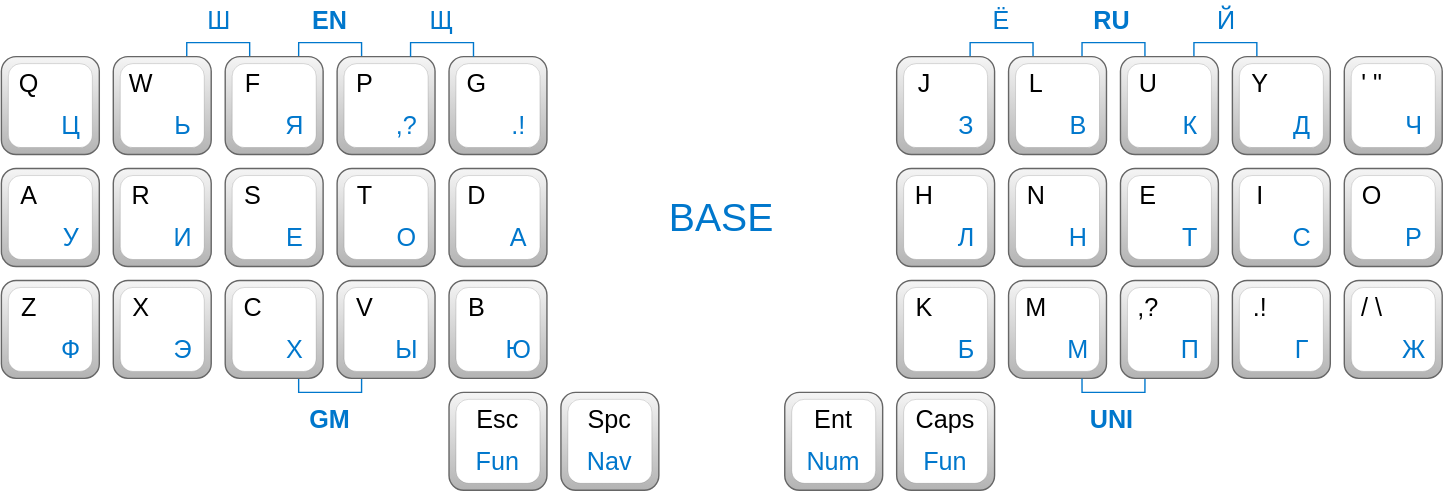
Before: Core.drawio.svg, a diagram exported from draw.io (XelorR/Extend). Source tidied: cells renumbered, new cells last; positions are measured from the earlier drawing's top-left corner, leaving out a move shared by most shapes.
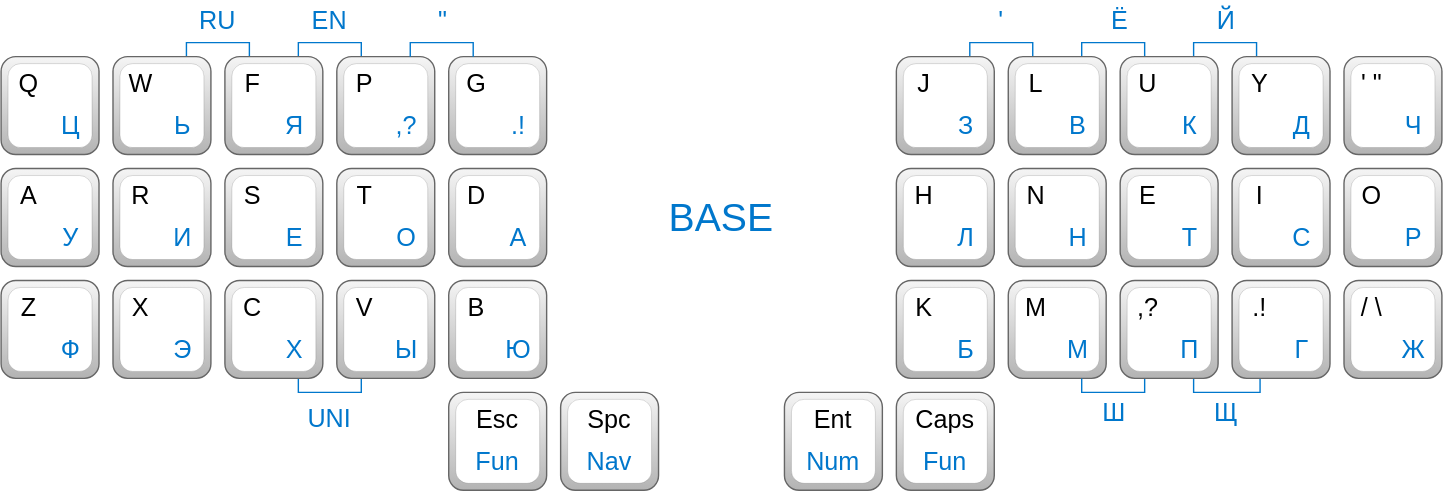
Later version of the same file.

Commit message:
base layer picture updated with new combos

Diff of the diagram source:
```diff
@@ -232,6 +232,14 @@
         </Array>
       </mxGeometry>
     </mxCell>
+    <mxCell id="155" style="edgeStyle=orthogonalEdgeStyle;rounded=0;jettySize=auto;html=1;exitX=0.75;exitY=1;exitDx=0;exitDy=0;entryX=0.25;entryY=1;entryDx=0;entryDy=0;endArrow=none;startFill=0;strokeColor=#0077CC;" parent="1" edge="1" source="67" target="70">
+      <mxGeometry relative="1" as="geometry">
+        <Array as="points">
+          <mxPoint x="853" y="280" />
+          <mxPoint x="900" y="280" />
+        </Array>
+      </mxGeometry>
+    </mxCell>
     <mxCell id="67" style="rounded=1;whiteSpace=wrap;html=1;fillColor=#f5f5f5;strokeColor=#666666;gradientColor=#b3b3b3;" parent="1" vertex="1">
       <mxGeometry x="800" y="200" width="70" height="70" as="geometry" />
     </mxCell>
@@ -475,31 +483,34 @@
       <mxGeometry x="500" y="140" width="30" height="30" as="geometry" />
     </mxCell>
     <mxCell id="146" value="Щ" style="text;html=1;align=center;verticalAlign=middle;whiteSpace=wrap;rounded=0;fontSize=18;fontColor=light-dark(#0077CC,#0077CC);fontStyle=0;" parent="1" vertex="1">
-      <mxGeometry x="300" width="30" height="30" as="geometry" />
+      <mxGeometry x="861" y="280" width="30" height="30" as="geometry" />
     </mxCell>
     <mxCell id="147" value="Ш" style="text;html=1;align=center;verticalAlign=middle;whiteSpace=wrap;rounded=0;fontSize=18;fontColor=light-dark(#0077CC,#0077CC);fontStyle=0;" parent="1" vertex="1">
-      <mxGeometry x="141" width="30" height="30" as="geometry" />
+      <mxGeometry x="781" y="280" width="30" height="30" as="geometry" />
     </mxCell>
     <mxCell id="148" value="Ё" style="text;html=1;align=center;verticalAlign=middle;whiteSpace=wrap;rounded=0;fontSize=18;fontColor=light-dark(#0077CC,#0077CC);fontStyle=0;" parent="1" vertex="1">
-      <mxGeometry x="700" width="30" height="30" as="geometry" />
+      <mxGeometry x="785" width="30" height="30" as="geometry" />
     </mxCell>
     <mxCell id="149" value="Й" style="text;html=1;align=center;verticalAlign=middle;whiteSpace=wrap;rounded=0;fontSize=18;fontColor=light-dark(#0077CC,#0077CC);fontStyle=0;" parent="1" vertex="1">
       <mxGeometry x="861" width="30" height="30" as="geometry" />
     </mxCell>
-    <mxCell id="150" value="RU" style="text;html=1;align=center;verticalAlign=middle;whiteSpace=wrap;rounded=0;fontSize=18;fontColor=light-dark(#0077CC,#0077CC);fontStyle=1;" parent="1" vertex="1">
-      <mxGeometry x="779" width="30" height="30" as="geometry" />
+    <mxCell id="150" value="RU" style="text;html=1;align=center;verticalAlign=middle;whiteSpace=wrap;rounded=0;fontSize=18;fontColor=light-dark(#0077CC,#0077CC);fontStyle=0;" parent="1" vertex="1">
+      <mxGeometry x="140" width="30" height="30" as="geometry" />
     </mxCell>
-    <mxCell id="151" value="EN" style="text;html=1;align=center;verticalAlign=middle;whiteSpace=wrap;rounded=0;fontSize=18;fontColor=light-dark(#0077CC,#0077CC);fontStyle=1;" parent="1" vertex="1">
+    <mxCell id="151" value="EN" style="text;html=1;align=center;verticalAlign=middle;whiteSpace=wrap;rounded=0;fontSize=18;fontColor=light-dark(#0077CC,#0077CC);fontStyle=0;" parent="1" vertex="1">
       <mxGeometry x="220" width="30" height="30" as="geometry" />
     </mxCell>
-    <mxCell id="152" value="GM" style="text;html=1;align=center;verticalAlign=middle;whiteSpace=wrap;rounded=0;fontSize=18;fontColor=light-dark(#0077CC,#0077CC);fontStyle=1;" parent="1" vertex="1">
-      <mxGeometry x="220" y="285" width="30" height="30" as="geometry" />
-    </mxCell>
-    <mxCell id="153" value="UNI" style="text;html=1;align=center;verticalAlign=middle;whiteSpace=wrap;rounded=0;fontSize=18;fontColor=light-dark(#0077CC,#0077CC);fontStyle=1;" parent="1" vertex="1">
-      <mxGeometry x="779" y="285" width="30" height="30" as="geometry" />
+    <mxCell id="153" value="UNI" style="text;html=1;align=center;verticalAlign=middle;whiteSpace=wrap;rounded=0;fontSize=18;fontColor=light-dark(#0077CC,#0077CC);fontStyle=0;" parent="1" vertex="1">
+      <mxGeometry x="220" y="284" width="30" height="30" as="geometry" />
     </mxCell>
     <mxCell id="154" value="К" style="text;html=1;align=center;verticalAlign=middle;whiteSpace=wrap;rounded=0;fontSize=18;fontColor=light-dark(#0077CC,#0077CC);fontStyle=0;" parent="1" vertex="1">
       <mxGeometry x="835" y="75" width="30" height="30" as="geometry" />
     </mxCell>
+    <mxCell id="156" value="&quot;" style="text;html=1;align=center;verticalAlign=middle;whiteSpace=wrap;rounded=0;fontSize=18;fontColor=light-dark(#0077CC,#0077CC);fontStyle=0;" parent="1" vertex="1">
+      <mxGeometry x="301" width="30" height="30" as="geometry" />
+    </mxCell>
+    <mxCell id="157" value="'" style="text;html=1;align=center;verticalAlign=middle;whiteSpace=wrap;rounded=0;fontSize=18;fontColor=light-dark(#0077CC,#0077CC);fontStyle=0;" parent="1" vertex="1">
+      <mxGeometry x="700" width="30" height="30" as="geometry" />
+    </mxCell>
   </root>
 </mxGraphModel>
```
